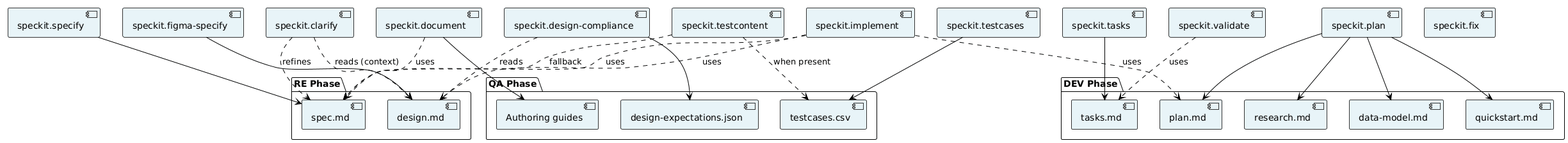
mariorodriguez-creator/nitroblocks keeps this PlantUML diagram as .specify/docs/diagrams/speckit-component.png. Above is the earlier version.
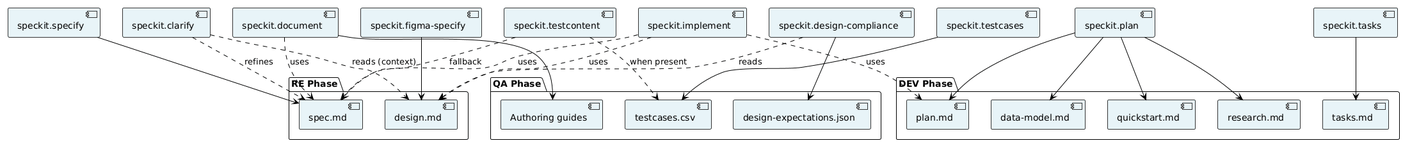
After the change.

Change to the diagram source:
```diff
@@ -28,8 +28,6 @@
 component "speckit.plan" as s4
 component "speckit.tasks" as s5
 component "speckit.implement" as s6
-component "speckit.validate" as s6a
-component "speckit.fix" as s6b
 component "speckit.testcases" as s7
 component "speckit.design-compliance" as s8
 component "speckit.testcontent" as s8a
@@ -47,7 +45,6 @@
 s6 ..> spec : uses
 s6 ..> design : uses
 s6 ..> plan : uses
-s6a ..> tasks : uses
 s7 --> tc
 s8 --> de
 s8 ..> design : reads
```
